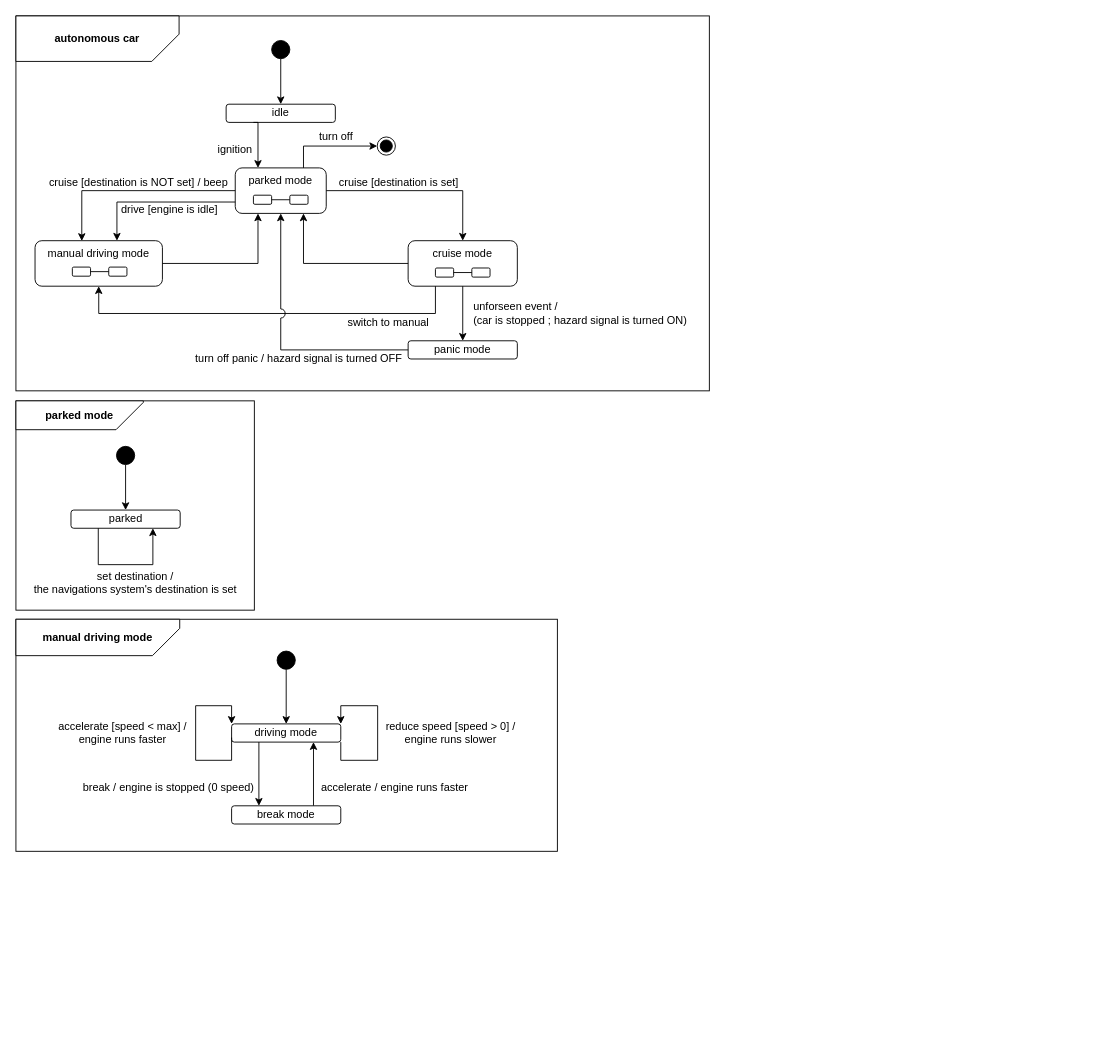
The draw.io diagram Assignment #2/figures/EFSM.drawio in Cyberunner23/SOEN331, before the edit. Source tidied: cells renumbered, new cells numbered last; positions are measured from the earlier drawing's top-left corner, leaving out a move shared by most shapes. Both pictures are drawn from the tidied source at 91%, with x=0, y=0 at pixel (15, 15).
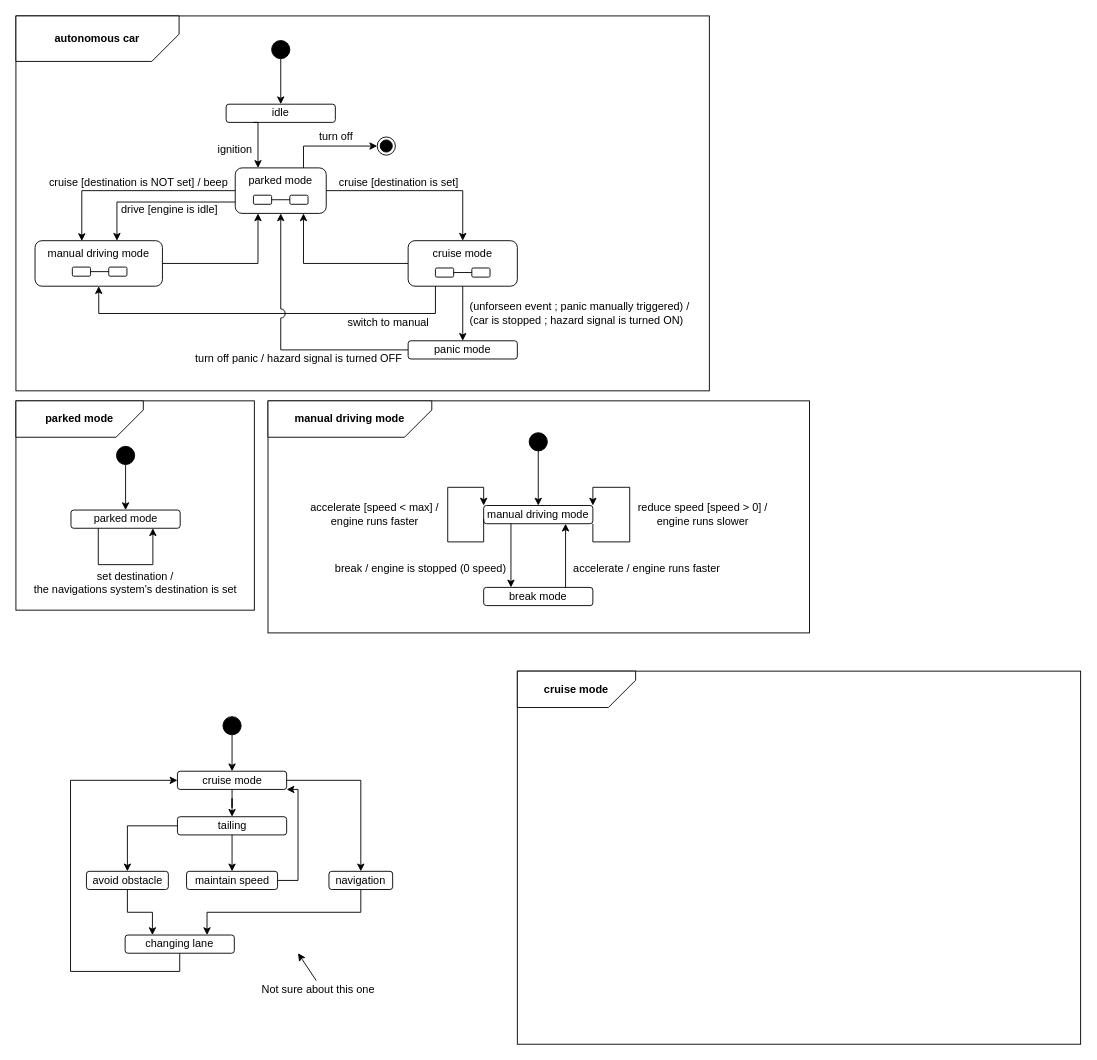
After the change.

Commit message (it also covers changes not shown here):
Added Base Cruise Mode Diagram

Unchanged cells that the change refers to:
```xml
<mxCell id="5" style="group;" parent="2" vertex="1">
  <mxGeometry x="37.5" y="35" width="520" height="190" as="geometry" />
</mxCell>
<mxCell id="62" style="group;fillColor=#FFF;" parent="61" vertex="1">
  <mxGeometry width="262" height="230" as="geometry" />
</mxCell>
<mxCell id="65" style="group;" parent="62" vertex="1">
  <mxGeometry x="11.5" y="50" width="239" height="160" as="geometry" />
</mxCell>
```

Diff of the diagram source:
```diff
@@
     <mxCell id="2" style="group;" parent="1" vertex="1">
-      <mxGeometry y="663" width="595" height="255" as="geometry" />
+      <mxGeometry x="277" y="423" width="595" height="255" as="geometry" />
     </mxCell>
@@
-    <mxCell id="6" value="driving mode" style="rounded=1;whiteSpace=wrap;html=1;" parent="5" vertex="1">
+    <mxCell id="6" value="manual driving mode" style="rounded=1;whiteSpace=wrap;html=1;" parent="5" vertex="1">
       <mxGeometry x="199.5" y="80" width="120" height="20" as="geometry" />
     </mxCell>
@@
     <mxCell id="18" style="group;" parent="1" vertex="1">
-      <mxGeometry width="762" height="412" as="geometry" />
+      <mxGeometry width="811" height="412" as="geometry" />
     </mxCell>
@@
     <mxCell id="21" style="group;" parent="18" vertex="1">
-      <mxGeometry x="21" y="27" width="720" height="360" as="geometry" />
+      <mxGeometry x="21" y="27" width="790" height="360" as="geometry" />
     </mxCell>
@@
-    <mxCell id="39" value="unforseen event / &lt;br&gt;(car is stopped ; hazard signal is turned ON)" style="text;html=1;strokeColor=none;fillColor=none;align=left;verticalAlign=middle;whiteSpace=wrap;rounded=0;" parent="21" vertex="1">
-      <mxGeometry x="480" y="290" width="240" height="20" as="geometry" />
-    </mxCell>
@@
+    <mxCell id="39" value="(unforseen event ; panic manually triggered) / &lt;br&gt;(car is stopped ; hazard signal is turned ON)" style="text;html=1;strokeColor=none;fillColor=none;align=left;verticalAlign=middle;whiteSpace=wrap;rounded=0;" parent="18" vertex="1">
+      <mxGeometry x="497" y="307" width="249" height="40" as="geometry" />
+    </mxCell>
@@
     <mxCell id="64" value="&lt;b&gt;parked mode&lt;/b&gt;" style="shape=card;whiteSpace=wrap;html=1;fillColor=#FFFFFF;rotation=0;flipH=1;flipV=1;align=center;" parent="62" vertex="1">
-      <mxGeometry width="140" height="31.7" as="geometry" />
+      <mxGeometry width="140" height="40" as="geometry" />
     </mxCell>
@@
-    <mxCell id="67" value="parked" style="rounded=1;whiteSpace=wrap;html=1;fillColor=#FFFFFF;" parent="65" vertex="1">
+    <mxCell id="67" value="parked mode" style="rounded=1;whiteSpace=wrap;html=1;fillColor=#FFFFFF;" parent="65" vertex="1">
       <mxGeometry x="49" y="70" width="120" height="20" as="geometry" />
     </mxCell>
@@
+    <mxCell id="71" style="edgeStyle=orthogonalEdgeStyle;rounded=0;jettySize=auto;html=1;exitX=0.5;exitY=1;exitDx=0;exitDy=0;entryX=0.5;entryY=0;entryDx=0;entryDy=0;" parent="1" edge="1" source="72" target="75">
+      <mxGeometry relative="1" as="geometry" />
+    </mxCell>
+    <mxCell id="72" style="ellipse;whiteSpace=wrap;html=1;fillColor=#000000;" parent="1" vertex="1">
+      <mxGeometry x="227.5" y="770" width="20" height="20" as="geometry" />
+    </mxCell>
+    <mxCell id="73" style="edgeStyle=orthogonalEdgeStyle;rounded=0;jettySize=auto;html=1;exitX=0.5;exitY=1;exitDx=0;exitDy=0;" parent="1" edge="1" source="75" target="78">
+      <mxGeometry relative="1" as="geometry" />
+    </mxCell>
+    <mxCell id="74" style="edgeStyle=orthogonalEdgeStyle;rounded=0;jettySize=auto;html=1;exitX=1;exitY=0.5;exitDx=0;exitDy=0;entryX=0.5;entryY=0;entryDx=0;entryDy=0;" parent="1" edge="1" source="75" target="85">
+      <mxGeometry relative="1" as="geometry" />
+    </mxCell>
+    <mxCell id="75" value="cruise mode" style="rounded=1;whiteSpace=wrap;html=1;fillColor=#FFF;" parent="1" vertex="1">
+      <mxGeometry x="177.5" y="830" width="120" height="20" as="geometry" />
+    </mxCell>
+    <mxCell id="76" style="edgeStyle=orthogonalEdgeStyle;rounded=0;jettySize=auto;html=1;exitX=0;exitY=0.5;exitDx=0;exitDy=0;" parent="1" edge="1" source="78" target="89">
+      <mxGeometry relative="1" as="geometry" />
+    </mxCell>
+    <mxCell id="77" style="edgeStyle=orthogonalEdgeStyle;rounded=0;jettySize=auto;html=1;exitX=0.5;exitY=1;exitDx=0;exitDy=0;entryX=0.5;entryY=0;entryDx=0;entryDy=0;" parent="1" edge="1" source="78" target="87">
+      <mxGeometry relative="1" as="geometry" />
+    </mxCell>
+    <mxCell id="78" value="tailing" style="rounded=1;whiteSpace=wrap;html=1;fillColor=#FFF;" parent="1" vertex="1">
+      <mxGeometry x="177.5" y="880" width="120" height="20" as="geometry" />
+    </mxCell>
+    <mxCell id="79" style="edgeStyle=orthogonalEdgeStyle;rounded=0;jettySize=auto;html=1;exitX=0.5;exitY=1;exitDx=0;exitDy=0;entryX=0;entryY=0.5;entryDx=0;entryDy=0;" parent="1" edge="1" source="80" target="75">
+      <mxGeometry relative="1" as="geometry">
+        <Array as="points">
+          <mxPoint x="180" y="1050" />
+          <mxPoint x="60" y="1050" />
+          <mxPoint x="60" y="840" />
+        </Array>
+      </mxGeometry>
+    </mxCell>
+    <mxCell id="80" value="changing lane" style="rounded=1;whiteSpace=wrap;html=1;fillColor=#FFF;" parent="1" vertex="1">
+      <mxGeometry x="120" y="1010" width="120" height="20" as="geometry" />
+    </mxCell>
+    <mxCell id="81" style="group;fillColor=#FFFFFF;" parent="1" vertex="1">
+      <mxGeometry x="551" y="720" width="619" height="410" as="geometry" />
+    </mxCell>
+    <mxCell id="82" style="rounded=0;whiteSpace=wrap;html=1;fillColor=#FFFFFF;" parent="81" vertex="1">
+      <mxGeometry width="619" height="410" as="geometry" />
+    </mxCell>
+    <mxCell id="83" value="&lt;b&gt;cruise mode&lt;/b&gt;" style="shape=card;whiteSpace=wrap;html=1;fillColor=#FFFFFF;rotation=0;flipH=1;flipV=1;align=center;" parent="81" vertex="1">
+      <mxGeometry width="130" height="40" as="geometry" />
+    </mxCell>
+    <mxCell id="84" style="edgeStyle=orthogonalEdgeStyle;rounded=0;jettySize=auto;html=1;exitX=0.5;exitY=1;exitDx=0;exitDy=0;entryX=0.75;entryY=0;entryDx=0;entryDy=0;" parent="1" edge="1" source="85" target="80">
+      <mxGeometry relative="1" as="geometry" />
+    </mxCell>
+    <mxCell id="85" value="navigation" style="rounded=1;whiteSpace=wrap;html=1;fillColor=#FFF;" parent="1" vertex="1">
+      <mxGeometry x="344" y="940" width="70" height="20" as="geometry" />
+    </mxCell>
+    <mxCell id="86" style="edgeStyle=orthogonalEdgeStyle;rounded=0;jettySize=auto;html=1;entryX=1;entryY=1;entryDx=0;entryDy=0;" parent="1" edge="1" source="87" target="75">
+      <mxGeometry relative="1" as="geometry">
+        <Array as="points">
+          <mxPoint x="310" y="950" />
+          <mxPoint x="310" y="850" />
+        </Array>
+      </mxGeometry>
+    </mxCell>
+    <mxCell id="87" value="maintain speed" style="rounded=1;whiteSpace=wrap;html=1;fillColor=#FFF;" parent="1" vertex="1">
+      <mxGeometry x="187.5" y="940" width="100" height="20" as="geometry" />
+    </mxCell>
+    <mxCell id="88" style="edgeStyle=orthogonalEdgeStyle;rounded=0;jettySize=auto;html=1;exitX=0.5;exitY=1;exitDx=0;exitDy=0;entryX=0.25;entryY=0;entryDx=0;entryDy=0;" parent="1" edge="1" source="89" target="80">
+      <mxGeometry relative="1" as="geometry" />
+    </mxCell>
+    <mxCell id="89" value="avoid obstacle" style="rounded=1;whiteSpace=wrap;html=1;fillColor=#FFF;" parent="1" vertex="1">
+      <mxGeometry x="77.5" y="940" width="90" height="20" as="geometry" />
+    </mxCell>
+    <mxCell id="90" style="endArrow=classic;html=1;" parent="1" edge="1">
+      <mxGeometry relative="1" as="geometry">
+        <mxPoint x="330" y="1060" as="sourcePoint" />
+        <mxPoint x="310" y="1030" as="targetPoint" />
+      </mxGeometry>
+    </mxCell>
+    <mxCell id="91" value="Not sure about this one" style="text;html=1;align=center;verticalAlign=middle;" parent="1" vertex="1">
+      <mxGeometry x="262" y="1060" width="140" height="20" as="geometry" />
+    </mxCell>
```
